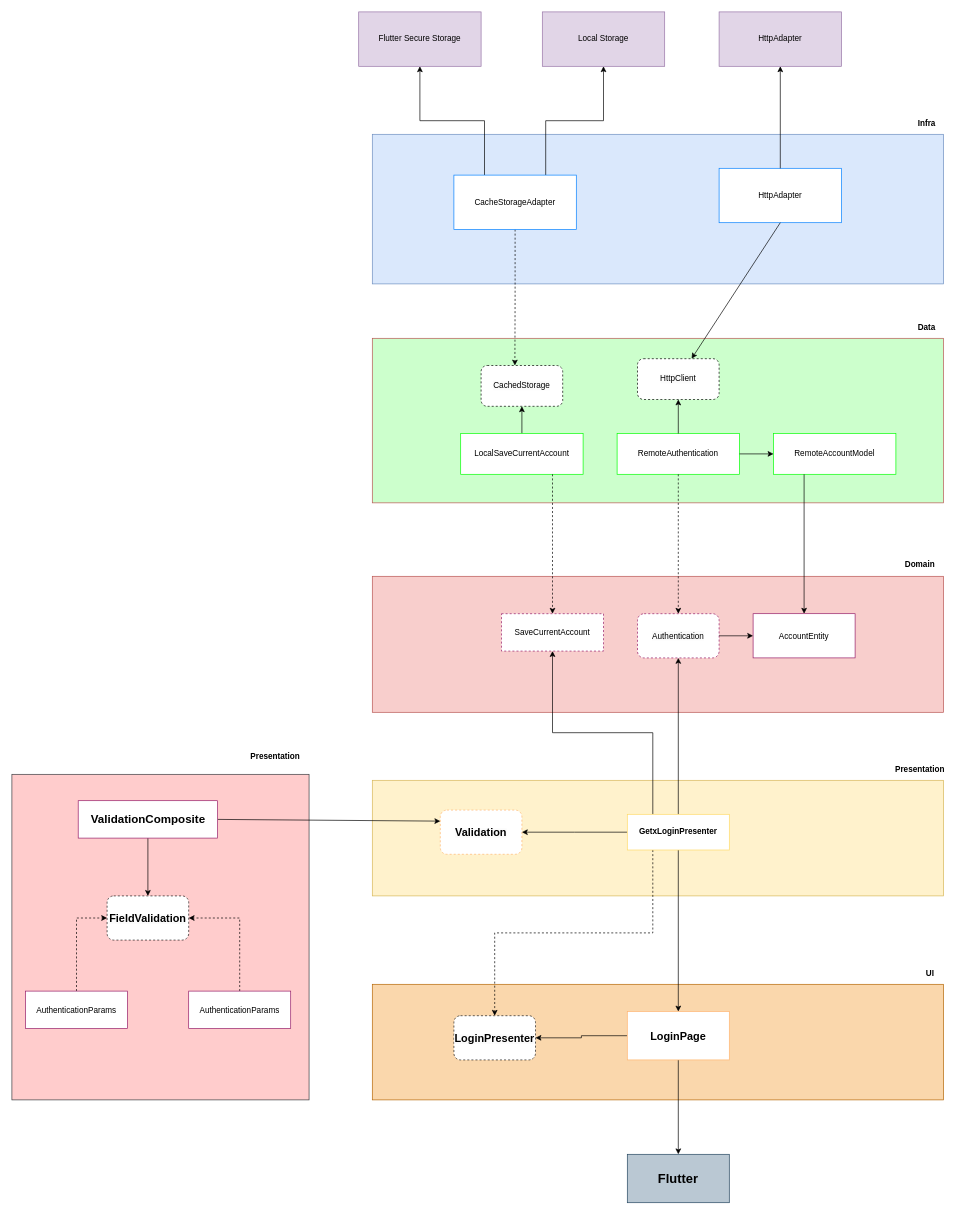
The draw.io diagram page "Login" (1 of 2) of requirements/Arquitetura TattooManager.drawio in PedroMerinoDev/tattoo_manager, before the edit. Source tidied: cells renumbered, new cells numbered last; positions are measured from the earlier drawing's top-left corner, leaving out a move shared by most shapes. Both pictures are drawn from the tidied source at 68%, with x=0, y=0 at pixel (12, 12).
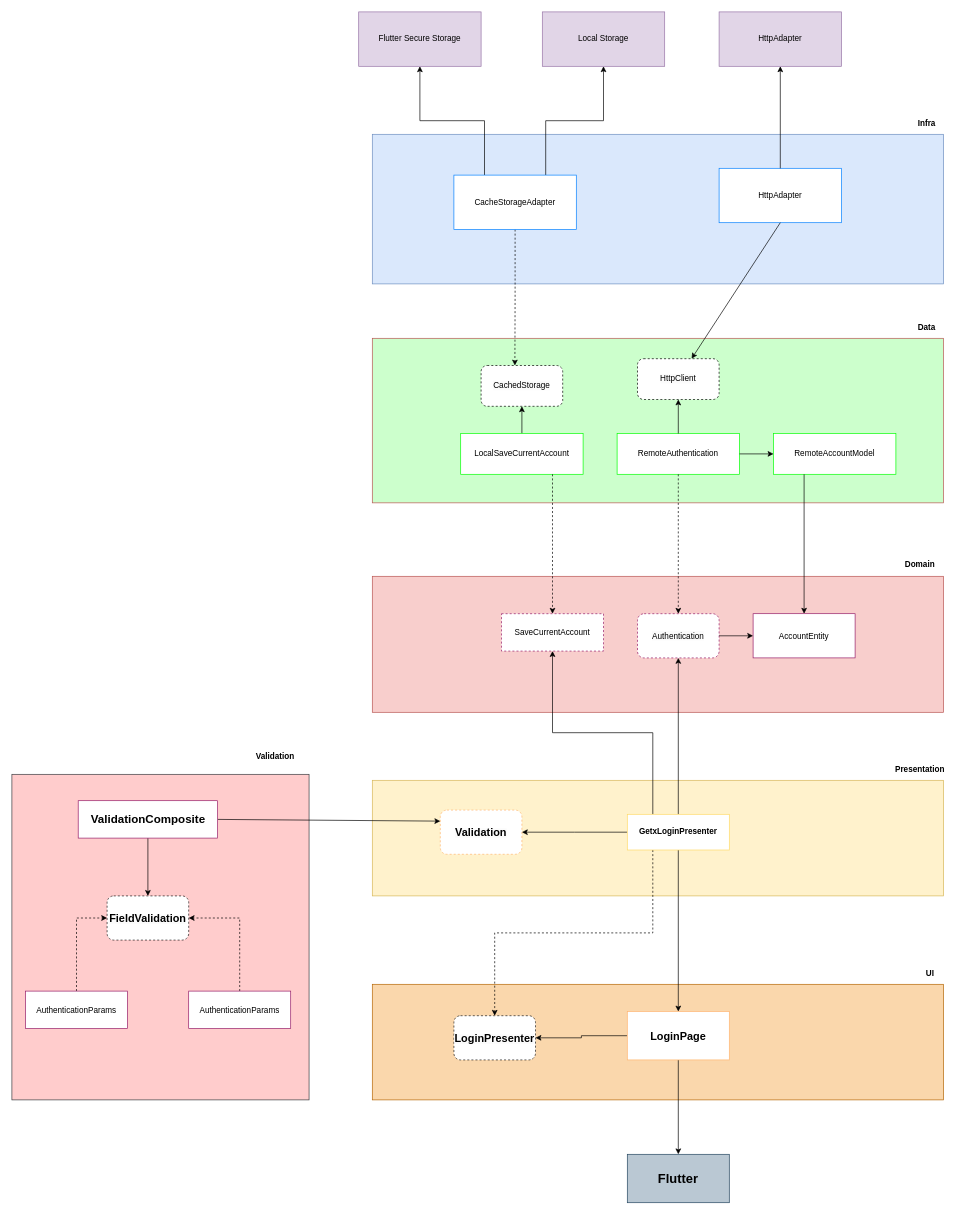
After the change.

Commit message:
Splash Screed Added to Arquitheture doc

Diff of the diagram source:
```diff
@@
-    <mxCell id="42" value="&lt;b&gt;Presentation&lt;br&gt;&lt;/b&gt;" style="text;html=1;align=center;verticalAlign=middle;strokeColor=none;fillColor=none;" parent="1" vertex="1">
-      <mxGeometry x="337" y="1080" width="100" height="30" as="geometry" />
+    <mxCell id="42" value="&lt;b&gt;Validation&lt;br&gt;&lt;/b&gt;" style="text;html=1;align=center;verticalAlign=middle;strokeColor=none;fillColor=none;" parent="1" vertex="1">
+      <mxGeometry x="347" y="1080" width="80" height="30" as="geometry" />
     </mxCell>
```
